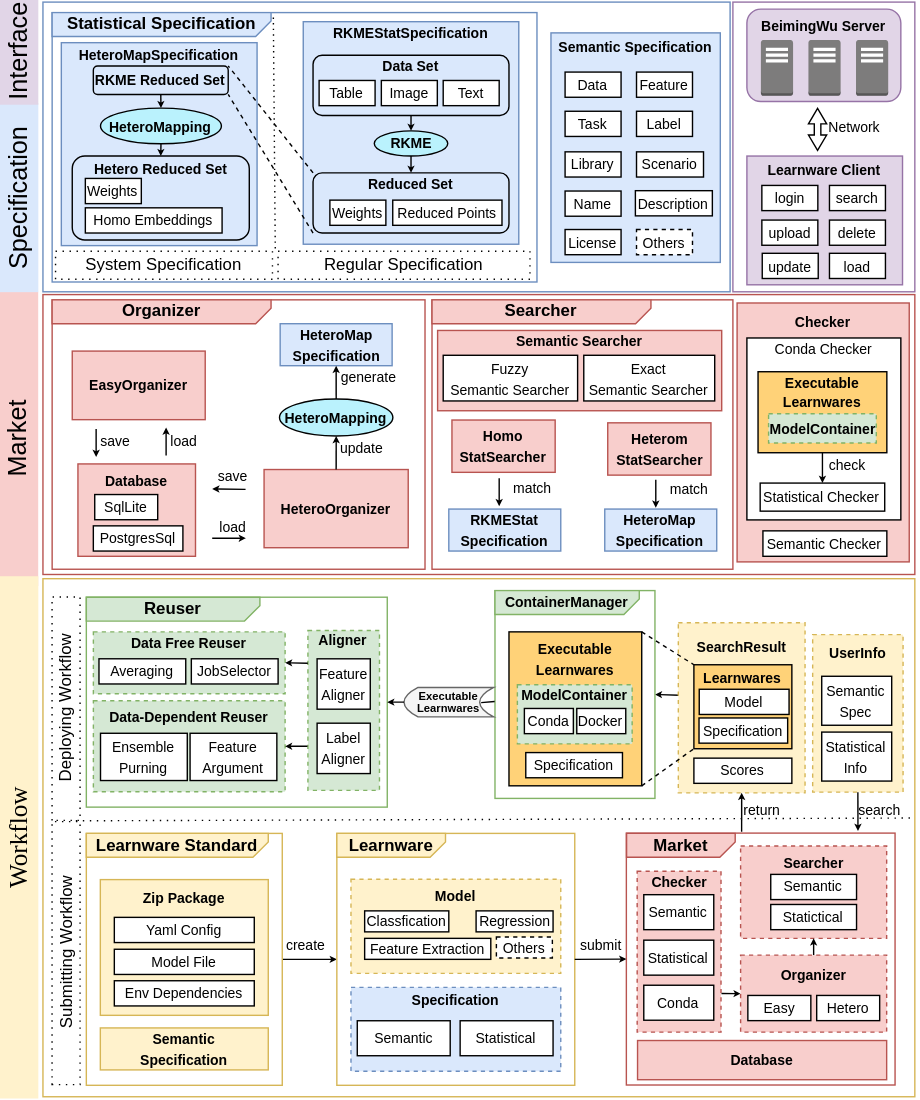
Before: docs/_static/img/learnware_framework.svg, a diagram exported from draw.io (Learnware-LAMDA/Learnware). Source tidied: cells renumbered, new cells last; positions are measured from the earlier drawing's top-left corner, leaving out a move shared by most shapes.
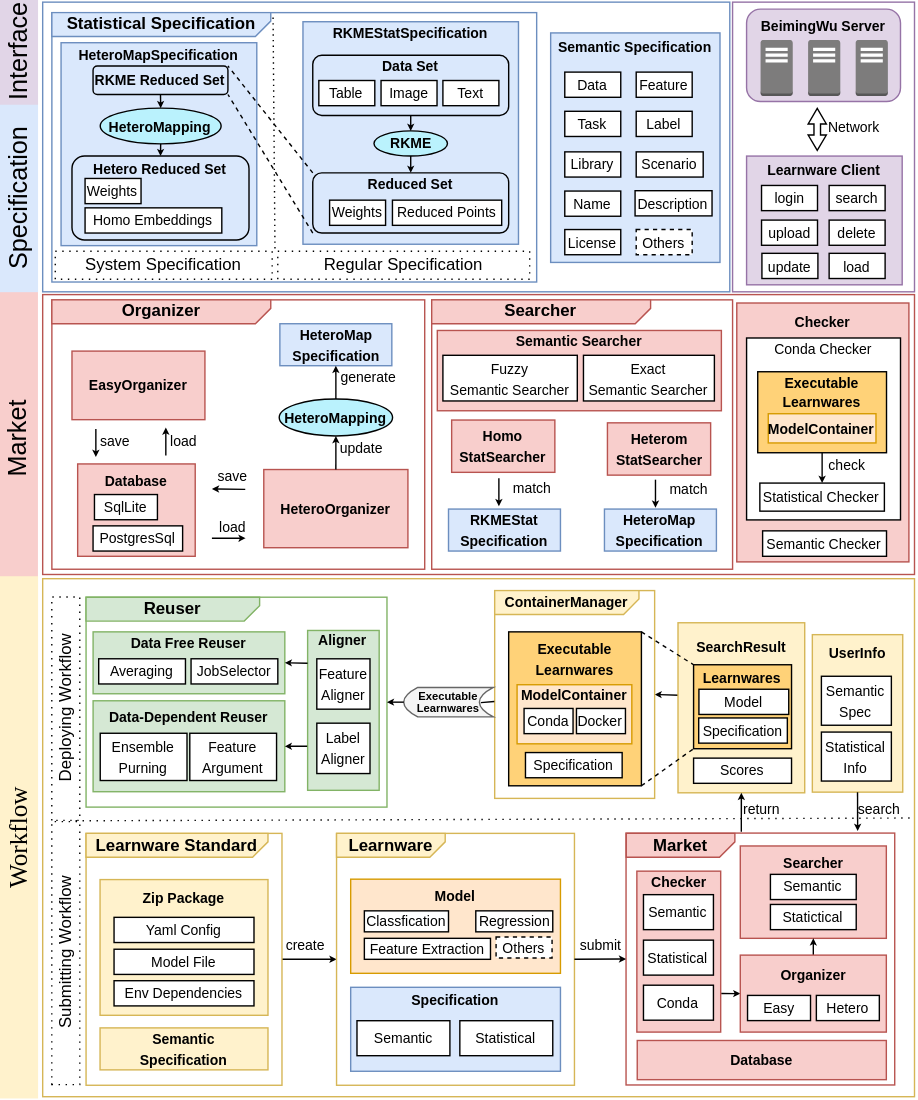
Above is the later version.

The edit, as a diff of the source:
```diff
@@ -50,7 +50,7 @@
     <mxCell id="17" value="&lt;font style=&quot;font-size: 12px;&quot;&gt;&lt;b style=&quot;&quot;&gt;Learnware&lt;/b&gt;&lt;/font&gt;" style="shape=card;whiteSpace=wrap;html=1;flipV=1;flipH=1;size=11;fillColor=#fff2cc;strokeColor=#d6b656;" parent="1" vertex="1">
       <mxGeometry x="414" y="594" width="77.6" height="17.1" as="geometry" />
     </mxCell>
-    <mxCell id="18" value="&lt;b&gt;&lt;font style=&quot;font-size: 10px;&quot;&gt;Model&lt;/font&gt;&lt;br&gt;&lt;br&gt;&lt;br&gt;&lt;br&gt;&lt;/b&gt;" style="rounded=0;whiteSpace=wrap;html=1;fillColor=#fff2cc;strokeColor=#d6b656;dashed=1;" parent="1" vertex="1">
+    <mxCell id="18" value="&lt;b&gt;&lt;font style=&quot;font-size: 10px;&quot;&gt;Model&lt;/font&gt;&lt;br&gt;&lt;br&gt;&lt;br&gt;&lt;br&gt;&lt;/b&gt;" style="rounded=0;whiteSpace=wrap;html=1;fillColor=#ffe6cc;strokeColor=#d79b00;" parent="1" vertex="1">
       <mxGeometry x="424.1" y="626.7" width="149.9" height="67.3" as="geometry" />
     </mxCell>
     <mxCell id="19" value="&lt;font style=&quot;font-size: 10px;&quot;&gt;Classfication&lt;/font&gt;" style="rounded=0;whiteSpace=wrap;html=1;" parent="1" vertex="1">
@@ -62,7 +62,7 @@
     <mxCell id="21" value="&lt;font style=&quot;font-size: 10px;&quot;&gt;Regression&lt;/font&gt;" style="rounded=0;whiteSpace=wrap;html=1;" parent="1" vertex="1">
       <mxGeometry x="513.5" y="649.4" width="55" height="15" as="geometry" />
     </mxCell>
-    <mxCell id="22" value="&lt;b&gt;&lt;font style=&quot;font-size: 10px;&quot;&gt;Specification&lt;/font&gt;&lt;br&gt;&lt;br&gt;&lt;br&gt;&lt;br&gt;&lt;/b&gt;" style="rounded=0;whiteSpace=wrap;html=1;fillColor=#dae8fc;strokeColor=#6c8ebf;dashed=1;" parent="1" vertex="1">
+    <mxCell id="22" value="&lt;b&gt;&lt;font style=&quot;font-size: 10px;&quot;&gt;Specification&lt;/font&gt;&lt;br&gt;&lt;br&gt;&lt;br&gt;&lt;br&gt;&lt;/b&gt;" style="rounded=0;whiteSpace=wrap;html=1;fillColor=#dae8fc;strokeColor=#6c8ebf;" parent="1" vertex="1">
       <mxGeometry x="424.1" y="704" width="149.9" height="60" as="geometry" />
     </mxCell>
     <mxCell id="23" value="&lt;font style=&quot;font-size: 10px;&quot;&gt;Semantic&lt;/font&gt;" style="rounded=0;whiteSpace=wrap;html=1;" parent="1" vertex="1">
@@ -86,10 +86,10 @@
     <mxCell id="29" style="edgeStyle=none;rounded=0;jettySize=auto;html=1;exitX=1.005;exitY=0.76;exitDx=0;exitDy=0;entryX=0;entryY=0.5;entryDx=0;entryDy=0;exitPerimeter=0;strokeWidth=1;endSize=2;startSize=1;" parent="1" edge="1" source="30" target="39">
       <mxGeometry relative="1" as="geometry" />
     </mxCell>
-    <mxCell id="30" value="&lt;b&gt;&lt;font style=&quot;font-size: 10px;&quot;&gt;Checker&lt;/font&gt;&lt;br&gt;&lt;br&gt;&lt;br&gt;&lt;br&gt;&lt;br&gt;&lt;br&gt;&lt;br&gt;&lt;br&gt;&lt;/b&gt;" style="rounded=0;whiteSpace=wrap;html=1;fillColor=#f8cecc;strokeColor=#b85450;dashed=1;" parent="1" vertex="1">
+    <mxCell id="30" value="&lt;b&gt;&lt;font style=&quot;font-size: 10px;&quot;&gt;Checker&lt;/font&gt;&lt;br&gt;&lt;br&gt;&lt;br&gt;&lt;br&gt;&lt;br&gt;&lt;br&gt;&lt;br&gt;&lt;br&gt;&lt;/b&gt;" style="rounded=0;whiteSpace=wrap;html=1;fillColor=#f8cecc;strokeColor=#b85450;" parent="1" vertex="1">
       <mxGeometry x="628.6" y="621" width="59.9" height="115" as="geometry" />
     </mxCell>
-    <mxCell id="31" value="&lt;b&gt;&lt;font style=&quot;font-size: 10px;&quot;&gt;Searcher&lt;/font&gt;&lt;br&gt;&lt;br&gt;&lt;br&gt;&lt;br&gt;&lt;/b&gt;" style="rounded=0;whiteSpace=wrap;html=1;fillColor=#f8cecc;strokeColor=#b85450;dashed=1;" parent="1" vertex="1">
+    <mxCell id="31" value="&lt;b&gt;&lt;font style=&quot;font-size: 10px;&quot;&gt;Searcher&lt;/font&gt;&lt;br&gt;&lt;br&gt;&lt;br&gt;&lt;br&gt;&lt;/b&gt;" style="rounded=0;whiteSpace=wrap;html=1;fillColor=#f8cecc;strokeColor=#b85450;" parent="1" vertex="1">
       <mxGeometry x="702.5" y="603" width="104.4" height="66" as="geometry" />
     </mxCell>
     <mxCell id="32" value="&lt;font style=&quot;font-size: 10px;&quot;&gt;Semantic&lt;br&gt;&lt;/font&gt;" style="rounded=0;whiteSpace=wrap;html=1;" parent="1" vertex="1">
@@ -113,7 +113,7 @@
     <mxCell id="38" style="edgeStyle=orthogonalEdgeStyle;rounded=0;jettySize=auto;html=1;exitX=0.5;exitY=0;exitDx=0;exitDy=0;endWidth=6.4;endSize=2;entryX=0.5;entryY=1;entryDx=0;entryDy=0;startSize=1;" parent="1" edge="1" source="39" target="31">
       <mxGeometry relative="1" as="geometry" />
     </mxCell>
-    <mxCell id="39" value="&lt;b&gt;&lt;font style=&quot;font-size: 10px;&quot;&gt;Organizer&lt;/font&gt;&lt;br&gt;&lt;br&gt;&lt;br&gt;&lt;/b&gt;" style="rounded=0;whiteSpace=wrap;html=1;fillColor=#f8cecc;strokeColor=#b85450;dashed=1;" parent="1" vertex="1">
+    <mxCell id="39" value="&lt;b&gt;&lt;font style=&quot;font-size: 10px;&quot;&gt;Organizer&lt;/font&gt;&lt;br&gt;&lt;br&gt;&lt;br&gt;&lt;/b&gt;" style="rounded=0;whiteSpace=wrap;html=1;fillColor=#f8cecc;strokeColor=#b85450;" parent="1" vertex="1">
       <mxGeometry x="702.5" y="681" width="104.4" height="55" as="geometry" />
     </mxCell>
     <mxCell id="40" value="&lt;font style=&quot;font-size: 10px;&quot;&gt;Easy&lt;br&gt;&lt;/font&gt;" style="rounded=0;whiteSpace=wrap;html=1;" parent="1" vertex="1">
@@ -136,7 +136,7 @@
         <mxPoint x="227.5" y="585" as="sourcePoint" />
       </mxGeometry>
     </mxCell>
-    <mxCell id="46" value="&lt;b&gt;&lt;font style=&quot;font-size: 10px;&quot;&gt;UserInfo&lt;br&gt;&lt;/font&gt;&lt;/b&gt;&lt;br&gt;&lt;br&gt;&lt;br&gt;&lt;br&gt;&lt;br&gt;&lt;br&gt;" style="rounded=0;whiteSpace=wrap;html=1;fillColor=#fff2cc;strokeColor=#d6b656;dashed=1;" parent="1" vertex="1">
+    <mxCell id="46" value="&lt;b&gt;&lt;font style=&quot;font-size: 10px;&quot;&gt;UserInfo&lt;br&gt;&lt;/font&gt;&lt;/b&gt;&lt;br&gt;&lt;br&gt;&lt;br&gt;&lt;br&gt;&lt;br&gt;&lt;br&gt;" style="rounded=0;whiteSpace=wrap;html=1;fillColor=#fff2cc;strokeColor=#d6b656;" parent="1" vertex="1">
       <mxGeometry x="754" y="452" width="64.6" height="112.5" as="geometry" />
     </mxCell>
     <mxCell id="47" value="&lt;font style=&quot;font-size: 10px;&quot;&gt;Semantic &lt;br&gt;Spec&lt;/font&gt;" style="rounded=0;whiteSpace=wrap;html=1;" parent="1" vertex="1">
@@ -148,7 +148,7 @@
     <mxCell id="49" style="edgeStyle=none;rounded=0;jettySize=auto;html=1;exitX=0.008;exitY=0.426;exitDx=0;exitDy=0;exitPerimeter=0;entryX=1;entryY=0.5;entryDx=0;entryDy=0;endSize=2;startSize=2;" parent="1" edge="1" source="50" target="59">
       <mxGeometry relative="1" as="geometry" />
     </mxCell>
-    <mxCell id="50" value="&lt;b&gt;&lt;font style=&quot;font-size: 10px;&quot;&gt;SearchResult&lt;/font&gt;&lt;br&gt;&lt;br&gt;&lt;br&gt;&lt;br&gt;&lt;br&gt;&lt;br&gt;&lt;br&gt;&lt;/b&gt;" style="rounded=0;whiteSpace=wrap;html=1;fillColor=#fff2cc;strokeColor=#d6b656;dashed=1;" parent="1" vertex="1">
+    <mxCell id="50" value="&lt;b&gt;&lt;font style=&quot;font-size: 10px;&quot;&gt;SearchResult&lt;/font&gt;&lt;br&gt;&lt;br&gt;&lt;br&gt;&lt;br&gt;&lt;br&gt;&lt;br&gt;&lt;br&gt;&lt;/b&gt;" style="rounded=0;whiteSpace=wrap;html=1;fillColor=#fff2cc;strokeColor=#d6b656;" parent="1" vertex="1">
       <mxGeometry x="658" y="443.5" width="90.5" height="121.5" as="geometry" />
     </mxCell>
     <mxCell id="51" value="&lt;font style=&quot;font-size: 10px;&quot;&gt;Scores&lt;/font&gt;" style="rounded=0;whiteSpace=wrap;html=1;" parent="1" vertex="1">
@@ -175,13 +175,13 @@
     <mxCell id="58" style="rounded=0;whiteSpace=wrap;html=1;fillColor=none;strokeColor=#82b366;" parent="1" vertex="1">
       <mxGeometry x="235" y="425.2" width="215" height="150" as="geometry" />
     </mxCell>
-    <mxCell id="59" style="rounded=0;whiteSpace=wrap;html=1;fillColor=none;strokeColor=#82b366;" parent="1" vertex="1">
+    <mxCell id="59" style="rounded=0;whiteSpace=wrap;html=1;fillColor=none;strokeColor=#d6b656;" parent="1" vertex="1">
       <mxGeometry x="527" y="420.5" width="114.3" height="148.5" as="geometry" />
     </mxCell>
     <mxCell id="60" value="&lt;font style=&quot;font-size: 10px;&quot;&gt;&lt;b&gt;Executable&lt;br&gt;Learnwares&lt;br&gt;&lt;/b&gt;&lt;br&gt;&lt;br&gt;&lt;br&gt;&lt;br&gt;&lt;br&gt;&lt;/font&gt;" style="rounded=0;whiteSpace=wrap;html=1;fillColor=#FFD278;strokeColor=default;gradientColor=none;" parent="1" vertex="1">
       <mxGeometry x="537" y="450" width="94.8" height="110" as="geometry" />
     </mxCell>
-    <mxCell id="61" value="&lt;b&gt;&lt;font style=&quot;font-size: 10px;&quot;&gt;ModelContainer&lt;/font&gt;&lt;br&gt;&lt;br&gt;&lt;br&gt;&lt;/b&gt;" style="rounded=0;whiteSpace=wrap;html=1;fillColor=#d5e8d4;strokeColor=#82b366;dashed=1;" parent="1" vertex="1">
+    <mxCell id="61" value="&lt;b&gt;&lt;font style=&quot;font-size: 10px;&quot;&gt;ModelContainer&lt;/font&gt;&lt;br&gt;&lt;br&gt;&lt;br&gt;&lt;/b&gt;" style="rounded=0;whiteSpace=wrap;html=1;fillColor=#ffe6cc;strokeColor=#d79b00;" parent="1" vertex="1">
       <mxGeometry x="543" y="487.8" width="82" height="42.2" as="geometry" />
     </mxCell>
     <mxCell id="62" value="&lt;font style=&quot;font-size: 10px;&quot;&gt;Docker&lt;/font&gt;" style="rounded=0;whiteSpace=wrap;html=1;" parent="1" vertex="1">
@@ -214,7 +214,7 @@
         <mxPoint x="637.2" y="491.2" as="targetPoint" />
       </mxGeometry>
     </mxCell>
-    <mxCell id="71" value="&lt;font style=&quot;font-size: 10px;&quot;&gt;&lt;b style=&quot;&quot;&gt;ContainerManager&lt;/b&gt;&lt;/font&gt;" style="shape=card;whiteSpace=wrap;html=1;flipV=1;flipH=1;size=11;fillColor=#d5e8d4;strokeColor=#82b366;" parent="1" vertex="1">
+    <mxCell id="71" value="&lt;font style=&quot;font-size: 10px;&quot;&gt;&lt;b style=&quot;&quot;&gt;ContainerManager&lt;/b&gt;&lt;/font&gt;" style="shape=card;whiteSpace=wrap;html=1;flipV=1;flipH=1;size=11;fillColor=#fff2cc;strokeColor=#d6b656;" parent="1" vertex="1">
       <mxGeometry x="527" y="420.5" width="103.1" height="17.1" as="geometry" />
     </mxCell>
     <mxCell id="72" value="&lt;p style=&quot;line-height: 60%;&quot;&gt;&lt;font color=&quot;#000000&quot; style=&quot;font-size: 8px;&quot;&gt;&lt;b&gt;Executable&lt;br&gt;Learnwares&lt;/b&gt;&lt;/font&gt;&lt;/p&gt;" style="shape=dataStorage;whiteSpace=wrap;html=1;fixedSize=1;size=10;fillColor=#f5f5f5;strokeColor=#666666;fontColor=#333333;" parent="1" vertex="1">
@@ -223,7 +223,7 @@
     <mxCell id="73" style="edgeStyle=none;rounded=0;jettySize=auto;html=1;exitX=-0.002;exitY=0.534;exitDx=0;exitDy=0;exitPerimeter=0;entryX=0.86;entryY=0.517;entryDx=0;entryDy=0;entryPerimeter=0;endArrow=none;endFill=0;" parent="1" edge="1" source="59" target="72">
       <mxGeometry relative="1" as="geometry" />
     </mxCell>
-    <mxCell id="74" value="&lt;b&gt;&lt;font style=&quot;font-size: 10px;&quot;&gt;Data Free Reuser&lt;/font&gt;&lt;br&gt;&lt;br&gt;&lt;br&gt;&lt;/b&gt;" style="rounded=0;whiteSpace=wrap;html=1;fillColor=#d5e8d4;strokeColor=#82b366;dashed=1;" parent="1" vertex="1">
+    <mxCell id="74" value="&lt;b&gt;&lt;font style=&quot;font-size: 10px;&quot;&gt;Data Free Reuser&lt;/font&gt;&lt;br&gt;&lt;br&gt;&lt;br&gt;&lt;/b&gt;" style="rounded=0;whiteSpace=wrap;html=1;fillColor=#d5e8d4;strokeColor=#82b366;" parent="1" vertex="1">
       <mxGeometry x="240" y="450" width="137" height="44.2" as="geometry" />
     </mxCell>
     <mxCell id="75" value="&lt;span style=&quot;font-size: 10px;&quot;&gt;Averaging&lt;br&gt;&lt;/span&gt;" style="rounded=0;whiteSpace=wrap;html=1;" parent="1" vertex="1">
@@ -232,7 +232,7 @@
     <mxCell id="76" value="&lt;span style=&quot;font-size: 10px;&quot;&gt;JobSelector&lt;br&gt;&lt;/span&gt;" style="rounded=0;whiteSpace=wrap;html=1;" parent="1" vertex="1">
       <mxGeometry x="310" y="469.2" width="62" height="18" as="geometry" />
     </mxCell>
-    <mxCell id="77" value="&lt;b&gt;&lt;font style=&quot;font-size: 10px;&quot;&gt;Data-Dependent Reuser&lt;br&gt;&lt;/font&gt;&lt;br&gt;&lt;br&gt;&lt;br&gt;&lt;/b&gt;" style="rounded=0;whiteSpace=wrap;html=1;fillColor=#d5e8d4;strokeColor=#82b366;dashed=1;" parent="1" vertex="1">
+    <mxCell id="77" value="&lt;b&gt;&lt;font style=&quot;font-size: 10px;&quot;&gt;Data-Dependent Reuser&lt;br&gt;&lt;/font&gt;&lt;br&gt;&lt;br&gt;&lt;br&gt;&lt;/b&gt;" style="rounded=0;whiteSpace=wrap;html=1;fillColor=#d5e8d4;strokeColor=#82b366;" parent="1" vertex="1">
       <mxGeometry x="240" y="499.2" width="137" height="65" as="geometry" />
     </mxCell>
     <mxCell id="78" value="&lt;span style=&quot;font-size: 10px;&quot;&gt;Ensemble&lt;br&gt;Purning&lt;br&gt;&lt;/span&gt;" style="rounded=0;whiteSpace=wrap;html=1;" parent="1" vertex="1">
@@ -241,7 +241,7 @@
     <mxCell id="79" value="&lt;span style=&quot;font-size: 10px;&quot;&gt;Feature&lt;br&gt;Argument&lt;br&gt;&lt;/span&gt;" style="rounded=0;whiteSpace=wrap;html=1;" parent="1" vertex="1">
       <mxGeometry x="309.1" y="522.5" width="62" height="33.8" as="geometry" />
     </mxCell>
-    <mxCell id="80" value="&lt;b&gt;&lt;font style=&quot;font-size: 10px;&quot;&gt;Aligner&lt;/font&gt;&lt;br&gt;&lt;br&gt;&lt;br&gt;&lt;br&gt;&lt;br&gt;&lt;br&gt;&lt;br&gt;&lt;br&gt;&lt;/b&gt;" style="rounded=0;whiteSpace=wrap;html=1;fillColor=#d5e8d4;strokeColor=#82b366;dashed=1;" parent="1" vertex="1">
+    <mxCell id="80" value="&lt;b&gt;&lt;font style=&quot;font-size: 10px;&quot;&gt;Aligner&lt;/font&gt;&lt;br&gt;&lt;br&gt;&lt;br&gt;&lt;br&gt;&lt;br&gt;&lt;br&gt;&lt;br&gt;&lt;br&gt;&lt;/b&gt;" style="rounded=0;whiteSpace=wrap;html=1;fillColor=#d5e8d4;strokeColor=#82b366;" parent="1" vertex="1">
       <mxGeometry x="393.3" y="449" width="51.1" height="114.2" as="geometry" />
     </mxCell>
     <mxCell id="81" style="edgeStyle=none;rounded=0;jettySize=auto;html=1;entryX=1;entryY=0.5;entryDx=0;entryDy=0;exitX=-0.006;exitY=0.724;exitDx=0;exitDy=0;exitPerimeter=0;endSize=2;startSize=2;" parent="1" edge="1" source="80" target="77">
@@ -523,7 +523,7 @@
     <mxCell id="168" value="&lt;font style=&quot;font-size: 10px;&quot;&gt;&lt;b&gt;Executable&lt;br&gt;Learnwares&lt;/b&gt;&lt;br&gt;&lt;br&gt;&lt;br&gt;&lt;/font&gt;" style="rounded=0;whiteSpace=wrap;html=1;fillColor=#FFD278;strokeColor=default;gradientColor=none;" parent="1" vertex="1">
       <mxGeometry x="715" y="264.1" width="92" height="57.9" as="geometry" />
     </mxCell>
-    <mxCell id="169" value="&lt;b&gt;&lt;font style=&quot;font-size: 10px;&quot;&gt;ModelContainer&lt;/font&gt;&lt;br&gt;&lt;/b&gt;" style="rounded=0;whiteSpace=wrap;html=1;fillColor=#d5e8d4;strokeColor=#82b366;dashed=1;" parent="1" vertex="1">
+    <mxCell id="169" value="&lt;b&gt;&lt;font style=&quot;font-size: 10px;&quot;&gt;ModelContainer&lt;/font&gt;&lt;br&gt;&lt;/b&gt;" style="rounded=0;whiteSpace=wrap;html=1;fillColor=#ffe6cc;strokeColor=#d79b00;" parent="1" vertex="1">
       <mxGeometry x="722.5" y="294.1" width="77" height="20.9" as="geometry" />
     </mxCell>
     <mxCell id="170" value="&lt;font style=&quot;font-size: 10px;&quot;&gt;Statistical Checker&lt;br&gt;&lt;/font&gt;" style="rounded=0;whiteSpace=wrap;html=1;" parent="1" vertex="1">
```
